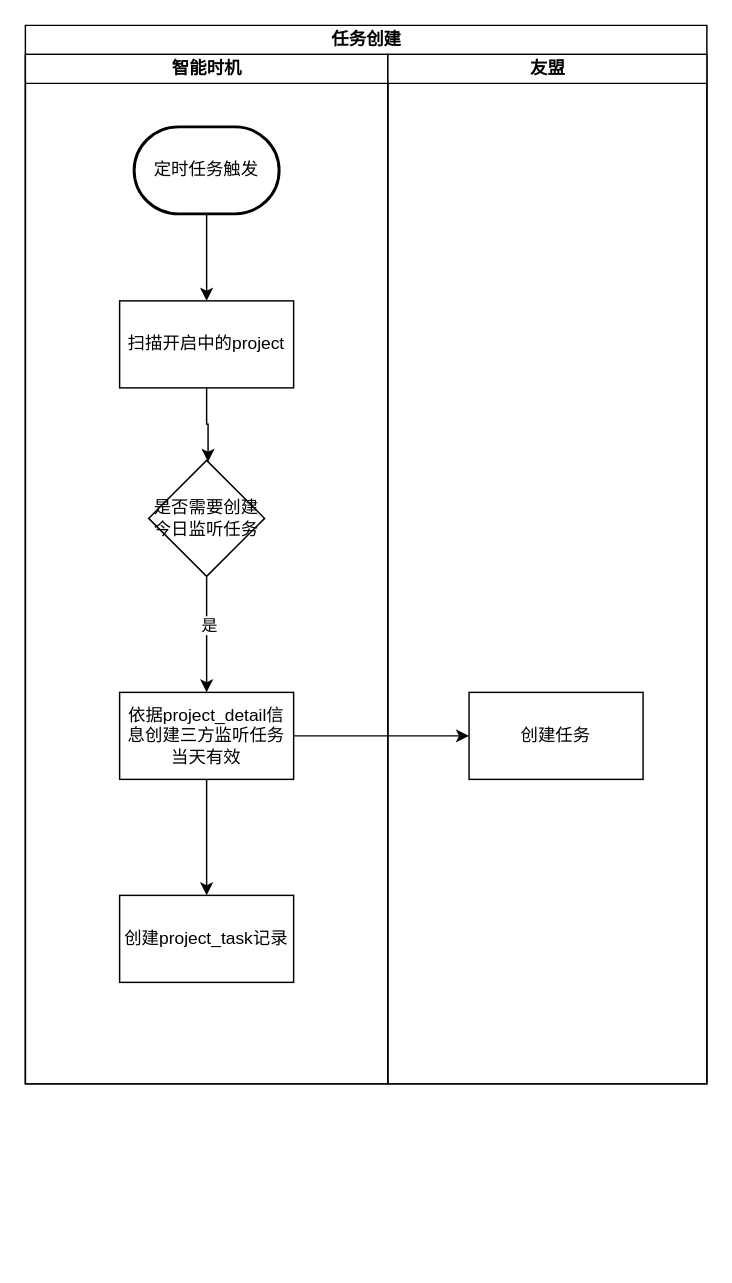
The draw.io diagram page "任务创建" (2 of 3) of 智能时机服务.drawio in ABIN-DS/flowchart, before the edit. Source tidied: cells renumbered, new cells numbered last; positions are measured from the earlier drawing's top-left corner, leaving out a move shared by most shapes. Both pictures are drawn from the tidied source at 145%, with x=0, y=0 at pixel (25, 25).
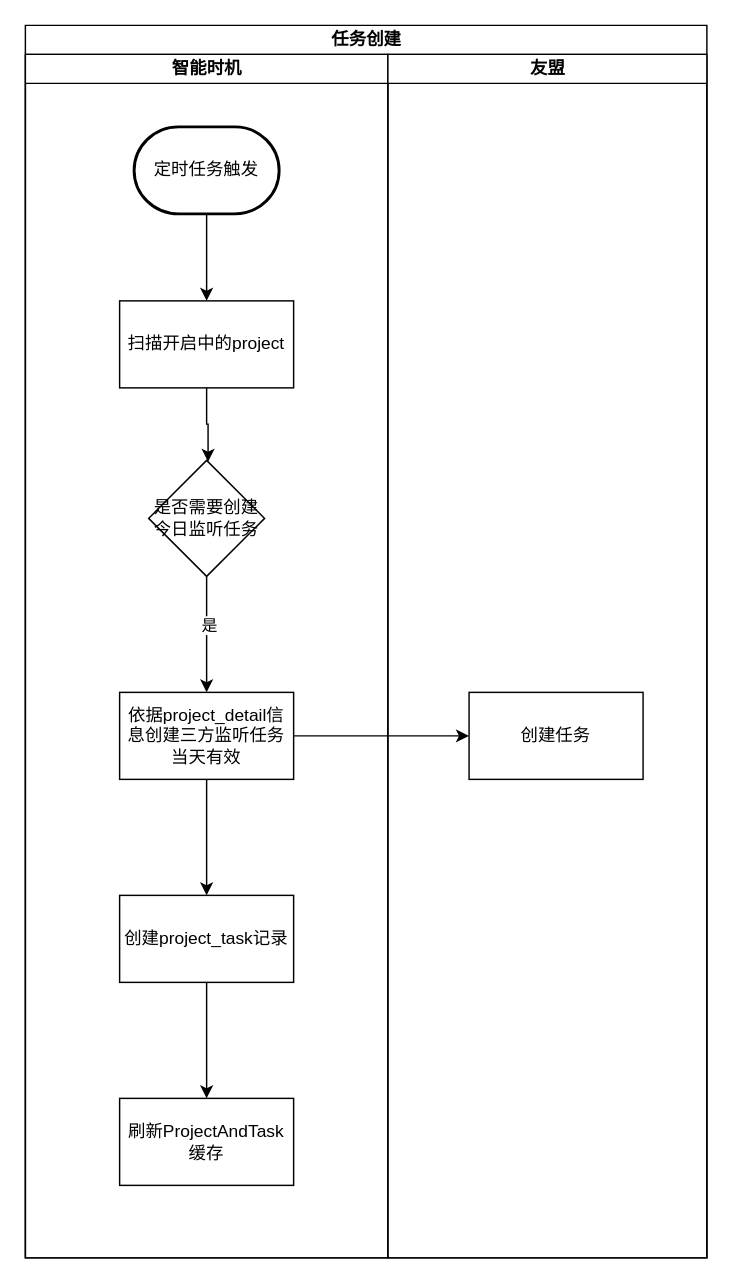
The same diagram, later.

Unchanged cells that the change refers to:
```xml
<mxCell id="12" value="创建project_task记录" style="rounded=0;whiteSpace=wrap;html=1;" parent="9" vertex="1">
  <mxGeometry x="-185" y="580" width="120" height="60" as="geometry" />
</mxCell>
```

What changed in the source:
```diff
@@
     <mxCell id="2" value="任务创建" style="swimlane;startSize=20;html=1;" parent="1" vertex="1">
-      <mxGeometry width="470" height="730" as="geometry" />
+      <mxGeometry width="470" height="850" as="geometry" />
     </mxCell>
     <mxCell id="3" value="智能时机" style="swimlane;startSize=20;html=1;" parent="2" vertex="1">
-      <mxGeometry y="20" width="250" height="710" as="geometry" />
+      <mxGeometry y="20" width="250" height="830" as="geometry" />
     </mxCell>
@@
+    <mxCell id="17" value="刷新ProjectAndTask缓存" style="rounded=0;whiteSpace=wrap;html=1;" parent="3" vertex="1">
+      <mxGeometry x="65" y="720" width="120" height="60" as="geometry" />
+    </mxCell>
     <mxCell id="9" value="友盟" style="swimlane;startSize=20;html=1;" parent="2" vertex="1">
-      <mxGeometry x="250" y="20" width="220" height="710" as="geometry" />
+      <mxGeometry x="250" y="20" width="220" height="830" as="geometry" />
     </mxCell>
@@
+    <mxCell id="18" style="edgeStyle=orthogonalEdgeStyle;rounded=0;jettySize=auto;html=1;" parent="2" edge="1" source="12" target="17">
+      <mxGeometry relative="1" as="geometry" />
+    </mxCell>
```
